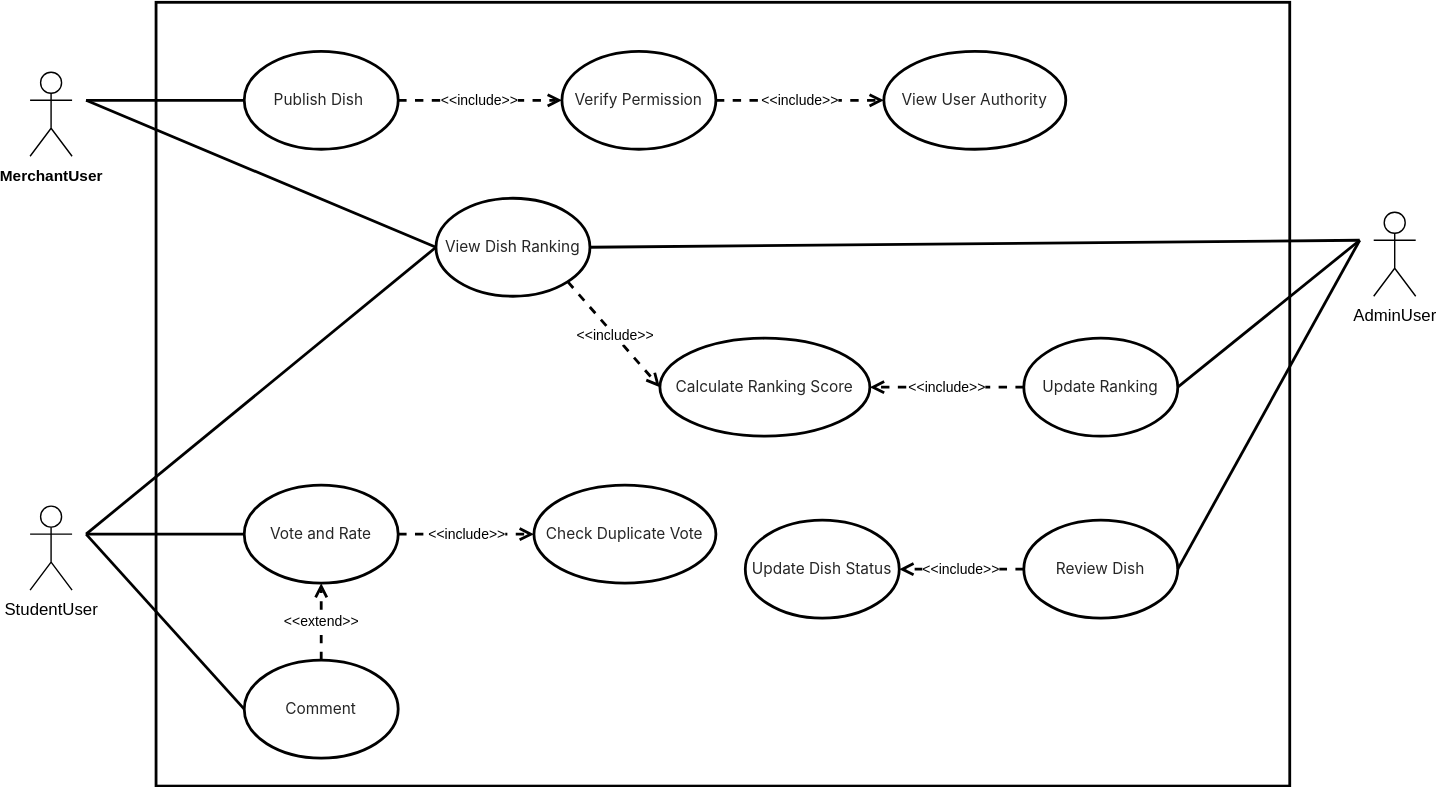
qianlinnian/se_sad_project keeps this draw.io diagram as Assignment2/diagrams/2-UCD.svg. Above is the earlier version. Source tidied: cells renumbered, new cells last; positions are measured from the earlier drawing's top-left corner, leaving out a move shared by most shapes.
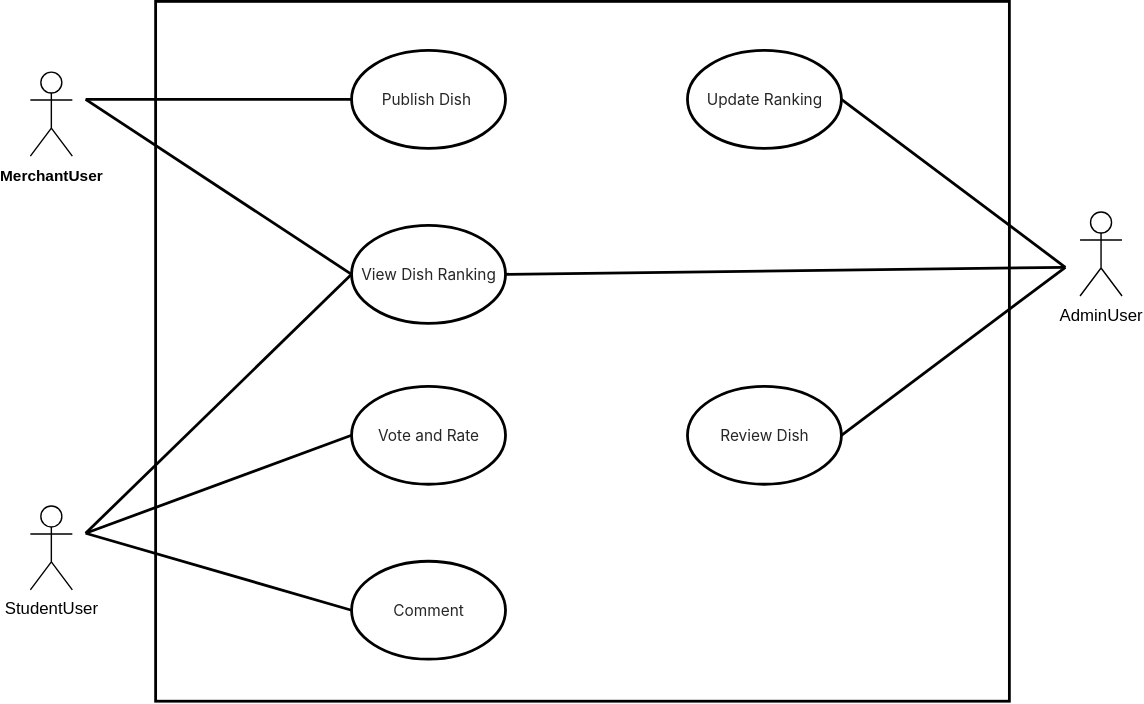
Above is the later version.

What changed in the source:
```diff
@@ -3,110 +3,74 @@
     <mxCell id="0" />
     <mxCell id="1" parent="0" />
     <mxCell id="2" style="shape=rectangle;html=1;rounded=0;whiteSpace=wrap;strokeWidth=2;fontSize=14;fontStyle=1;" parent="1" vertex="1">
-      <mxGeometry x="90" width="810" height="560" as="geometry" />
+      <mxGeometry x="210" width="610" height="500" as="geometry" />
     </mxCell>
     <mxCell id="3" value="&lt;font style=&quot;font-size: 11px;&quot;&gt;&lt;span style=&quot;box-sizing: border-box; --tw-border-spacing-x: 0; --tw-border-spacing-y: 0; --tw-translate-x: 0; --tw-translate-y: 0; --tw-rotate: 0; --tw-skew-x: 0; --tw-skew-y: 0; --tw-scale-x: 1; --tw-scale-y: 1; --tw-scroll-snap-strictness: proximity; --tw-ring-offset-width: 0px; --tw-ring-offset-color: #fff; --tw-ring-color: rgba(59,130,246,.5); --tw-ring-offset-shadow: 0 0 transparent; --tw-ring-shadow: 0 0 transparent; --tw-shadow: 0 0 transparent; --tw-shadow-colored: 0 0 transparent; color: rgb(38, 38, 38); font-family: -apple-system, &amp;quot;system-ui&amp;quot;, &amp;quot;Helvetica Neue&amp;quot;, Tahoma, &amp;quot;PingFang SC&amp;quot;, &amp;quot;Microsoft Yahei&amp;quot;, Arial, &amp;quot;Hiragino Sans GB&amp;quot;, sans-serif, &amp;quot;Apple Color Emoji&amp;quot;, &amp;quot;Segoe UI Emoji&amp;quot;, &amp;quot;Segoe UI Symbol&amp;quot;, &amp;quot;Noto Color Emoji&amp;quot;; text-align: left; background-color: rgb(255, 255, 255);&quot;&gt;Publish Dish&lt;/span&gt;&lt;span style=&quot;color: rgb(38, 38, 38); font-family: -apple-system, &amp;quot;system-ui&amp;quot;, &amp;quot;Helvetica Neue&amp;quot;, Tahoma, &amp;quot;PingFang SC&amp;quot;, &amp;quot;Microsoft Yahei&amp;quot;, Arial, &amp;quot;Hiragino Sans GB&amp;quot;, sans-serif, &amp;quot;Apple Color Emoji&amp;quot;, &amp;quot;Segoe UI Emoji&amp;quot;, &amp;quot;Segoe UI Symbol&amp;quot;, &amp;quot;Noto Color Emoji&amp;quot;; text-align: left; background-color: rgb(255, 255, 255);&quot;&gt;&amp;nbsp;&lt;/span&gt;&lt;/font&gt;" style="ellipse;whiteSpace=wrap;html=1;fontSize=11;fillColor=none;strokeColor=#000000;strokeWidth=2;" parent="1" vertex="1">
-      <mxGeometry x="153" y="35" width="110" height="70" as="geometry" />
+      <mxGeometry x="350" y="35" width="110" height="70" as="geometry" />
     </mxCell>
-    <mxCell id="4" value="&lt;span style=&quot;color: rgb(38, 38, 38); font-family: -apple-system, &amp;quot;system-ui&amp;quot;, &amp;quot;Helvetica Neue&amp;quot;, Tahoma, &amp;quot;PingFang SC&amp;quot;, &amp;quot;Microsoft Yahei&amp;quot;, Arial, &amp;quot;Hiragino Sans GB&amp;quot;, sans-serif, &amp;quot;Apple Color Emoji&amp;quot;, &amp;quot;Segoe UI Emoji&amp;quot;, &amp;quot;Segoe UI Symbol&amp;quot;, &amp;quot;Noto Color Emoji&amp;quot;; text-align: left; background-color: rgb(255, 255, 255);&quot;&gt;&lt;font style=&quot;font-size: 11px;&quot;&gt;Verify Permission&lt;/font&gt;&lt;/span&gt;" style="ellipse;whiteSpace=wrap;html=1;fontSize=11;fillColor=none;strokeColor=#000000;strokeWidth=2;" parent="1" vertex="1">
-      <mxGeometry x="380" y="35" width="110" height="70" as="geometry" />
-    </mxCell>
-    <mxCell id="5" value="&lt;span style=&quot;color: rgb(38, 38, 38); font-family: -apple-system, &amp;quot;system-ui&amp;quot;, &amp;quot;Helvetica Neue&amp;quot;, Tahoma, &amp;quot;PingFang SC&amp;quot;, &amp;quot;Microsoft Yahei&amp;quot;, Arial, &amp;quot;Hiragino Sans GB&amp;quot;, sans-serif, &amp;quot;Apple Color Emoji&amp;quot;, &amp;quot;Segoe UI Emoji&amp;quot;, &amp;quot;Segoe UI Symbol&amp;quot;, &amp;quot;Noto Color Emoji&amp;quot;; text-align: left; background-color: rgb(255, 255, 255);&quot;&gt;&lt;font style=&quot;font-size: 11px;&quot;&gt;Update Dish Status&lt;/font&gt;&lt;/span&gt;" style="ellipse;whiteSpace=wrap;html=1;fontSize=11;fillColor=none;strokeColor=#000000;strokeWidth=2;" parent="1" vertex="1">
-      <mxGeometry x="511" y="370" width="110" height="70" as="geometry" />
-    </mxCell>
     <mxCell id="6" value="&lt;span style=&quot;box-sizing: border-box; --tw-border-spacing-x: 0; --tw-border-spacing-y: 0; --tw-translate-x: 0; --tw-translate-y: 0; --tw-rotate: 0; --tw-skew-x: 0; --tw-skew-y: 0; --tw-scale-x: 1; --tw-scale-y: 1; --tw-scroll-snap-strictness: proximity; --tw-ring-offset-width: 0px; --tw-ring-offset-color: #fff; --tw-ring-color: rgba(59,130,246,.5); --tw-ring-offset-shadow: 0 0 transparent; --tw-ring-shadow: 0 0 transparent; --tw-shadow: 0 0 transparent; --tw-shadow-colored: 0 0 transparent; color: rgb(38, 38, 38); font-family: -apple-system, &amp;quot;system-ui&amp;quot;, &amp;quot;Helvetica Neue&amp;quot;, Tahoma, &amp;quot;PingFang SC&amp;quot;, &amp;quot;Microsoft Yahei&amp;quot;, Arial, &amp;quot;Hiragino Sans GB&amp;quot;, sans-serif, &amp;quot;Apple Color Emoji&amp;quot;, &amp;quot;Segoe UI Emoji&amp;quot;, &amp;quot;Segoe UI Symbol&amp;quot;, &amp;quot;Noto Color Emoji&amp;quot;; text-align: left; background-color: rgb(255, 255, 255);&quot;&gt;&lt;font style=&quot;font-size: 11px;&quot;&gt;Review Dish&lt;/font&gt;&lt;/span&gt;" style="ellipse;whiteSpace=wrap;html=1;fontSize=11;fillColor=none;strokeColor=#000000;strokeWidth=2;" parent="1" vertex="1">
-      <mxGeometry x="710" y="370" width="110" height="70" as="geometry" />
+      <mxGeometry x="590" y="275" width="110" height="70" as="geometry" />
     </mxCell>
     <mxCell id="7" value="&lt;span style=&quot;box-sizing: border-box; --tw-border-spacing-x: 0; --tw-border-spacing-y: 0; --tw-translate-x: 0; --tw-translate-y: 0; --tw-rotate: 0; --tw-skew-x: 0; --tw-skew-y: 0; --tw-scale-x: 1; --tw-scale-y: 1; --tw-scroll-snap-strictness: proximity; --tw-ring-offset-width: 0px; --tw-ring-offset-color: #fff; --tw-ring-color: rgba(59,130,246,.5); --tw-ring-offset-shadow: 0 0 transparent; --tw-ring-shadow: 0 0 transparent; --tw-shadow: 0 0 transparent; --tw-shadow-colored: 0 0 transparent; color: rgb(38, 38, 38); font-family: -apple-system, &amp;quot;system-ui&amp;quot;, &amp;quot;Helvetica Neue&amp;quot;, Tahoma, &amp;quot;PingFang SC&amp;quot;, &amp;quot;Microsoft Yahei&amp;quot;, Arial, &amp;quot;Hiragino Sans GB&amp;quot;, sans-serif, &amp;quot;Apple Color Emoji&amp;quot;, &amp;quot;Segoe UI Emoji&amp;quot;, &amp;quot;Segoe UI Symbol&amp;quot;, &amp;quot;Noto Color Emoji&amp;quot;; text-align: left; background-color: rgb(255, 255, 255);&quot;&gt;&lt;font style=&quot;font-size: 11px;&quot;&gt;View Dish Ranking&lt;/font&gt;&lt;/span&gt;" style="ellipse;whiteSpace=wrap;html=1;fontSize=11;fillColor=none;strokeColor:#82b366;strokeWidth=2;strokeColor=#000000;" parent="1" vertex="1">
-      <mxGeometry x="290" y="140" width="110" height="70" as="geometry" />
+      <mxGeometry x="350" y="160" width="110" height="70" as="geometry" />
     </mxCell>
     <mxCell id="8" value="&lt;span style=&quot;color: rgb(38, 38, 38); font-family: -apple-system, &amp;quot;system-ui&amp;quot;, &amp;quot;Helvetica Neue&amp;quot;, Tahoma, &amp;quot;PingFang SC&amp;quot;, &amp;quot;Microsoft Yahei&amp;quot;, Arial, &amp;quot;Hiragino Sans GB&amp;quot;, sans-serif, &amp;quot;Apple Color Emoji&amp;quot;, &amp;quot;Segoe UI Emoji&amp;quot;, &amp;quot;Segoe UI Symbol&amp;quot;, &amp;quot;Noto Color Emoji&amp;quot;; text-align: left; background-color: rgb(255, 255, 255);&quot;&gt;&lt;font style=&quot;font-size: 11px;&quot;&gt;Update Ranking&lt;/font&gt;&lt;/span&gt;" style="ellipse;whiteSpace=wrap;html=1;fontSize=11;fillColor=none;strokeColor=#000000;strokeWidth=2;" parent="1" vertex="1">
-      <mxGeometry x="710" y="240" width="110" height="70" as="geometry" />
+      <mxGeometry x="590" y="35" width="110" height="70" as="geometry" />
     </mxCell>
-    <mxCell id="9" value="&lt;span style=&quot;box-sizing: border-box; --tw-border-spacing-x: 0; --tw-border-spacing-y: 0; --tw-translate-x: 0; --tw-translate-y: 0; --tw-rotate: 0; --tw-skew-x: 0; --tw-skew-y: 0; --tw-scale-x: 1; --tw-scale-y: 1; --tw-scroll-snap-strictness: proximity; --tw-ring-offset-width: 0px; --tw-ring-offset-color: #fff; --tw-ring-color: rgba(59,130,246,.5); --tw-ring-offset-shadow: 0 0 transparent; --tw-ring-shadow: 0 0 transparent; --tw-shadow: 0 0 transparent; --tw-shadow-colored: 0 0 transparent; color: rgb(38, 38, 38); font-family: -apple-system, &amp;quot;system-ui&amp;quot;, &amp;quot;Helvetica Neue&amp;quot;, Tahoma, &amp;quot;PingFang SC&amp;quot;, &amp;quot;Microsoft Yahei&amp;quot;, Arial, &amp;quot;Hiragino Sans GB&amp;quot;, sans-serif, &amp;quot;Apple Color Emoji&amp;quot;, &amp;quot;Segoe UI Emoji&amp;quot;, &amp;quot;Segoe UI Symbol&amp;quot;, &amp;quot;Noto Color Emoji&amp;quot;; text-align: left; background-color: rgb(255, 255, 255);&quot;&gt;&lt;font style=&quot;font-size: 11px;&quot;&gt;Calculate Ranking Score&lt;/font&gt;&lt;/span&gt;" style="ellipse;whiteSpace=wrap;html=1;fontSize=11;fillColor=none;strokeColor=#000000;strokeWidth=2;" parent="1" vertex="1">
-      <mxGeometry x="450" y="240" width="150" height="70" as="geometry" />
-    </mxCell>
-    <mxCell id="10" value="&lt;span style=&quot;color: rgb(38, 38, 38); font-family: -apple-system, &amp;quot;system-ui&amp;quot;, &amp;quot;Helvetica Neue&amp;quot;, Tahoma, &amp;quot;PingFang SC&amp;quot;, &amp;quot;Microsoft Yahei&amp;quot;, Arial, &amp;quot;Hiragino Sans GB&amp;quot;, sans-serif, &amp;quot;Apple Color Emoji&amp;quot;, &amp;quot;Segoe UI Emoji&amp;quot;, &amp;quot;Segoe UI Symbol&amp;quot;, &amp;quot;Noto Color Emoji&amp;quot;; text-align: left; background-color: rgb(255, 255, 255);&quot;&gt;&lt;font style=&quot;font-size: 11px;&quot;&gt;View User Authority&lt;/font&gt;&lt;/span&gt;" style="ellipse;whiteSpace=wrap;html=1;fontSize=11;fillColor=none;strokeColor=#000000;strokeWidth=2;" parent="1" vertex="1">
-      <mxGeometry x="610" y="35" width="130" height="70" as="geometry" />
-    </mxCell>
     <mxCell id="11" style="endArrow=none;html=1;rounded=0;strokeWidth=2;entryX=0;entryY=0.5;entryDx=0;entryDy=0;" parent="1" edge="1" target="3">
       <mxGeometry relative="1" as="geometry">
-        <mxPoint x="40" y="70" as="sourcePoint" />
+        <mxPoint x="160" y="70" as="sourcePoint" />
       </mxGeometry>
     </mxCell>
     <mxCell id="12" style="endArrow=none;html=1;rounded=0;strokeWidth=2;entryX=0;entryY=0.5;" parent="1" edge="1" target="7">
       <mxGeometry relative="1" as="geometry">
-        <mxPoint x="40" y="70" as="sourcePoint" />
+        <mxPoint x="160" y="70" as="sourcePoint" />
       </mxGeometry>
     </mxCell>
     <mxCell id="13" style="endArrow=none;html=1;rounded=0;strokeWidth=2;entryX=0;entryY=0.5;" parent="1" edge="1" target="20">
       <mxGeometry relative="1" as="geometry">
-        <mxPoint x="40" y="380" as="sourcePoint" />
+        <mxPoint x="160" y="380" as="sourcePoint" />
       </mxGeometry>
     </mxCell>
     <mxCell id="14" style="endArrow=none;html=1;rounded=0;strokeWidth=2;entryX=0;entryY=0.5;" parent="1" edge="1" target="7">
       <mxGeometry relative="1" as="geometry">
-        <mxPoint x="40" y="380" as="sourcePoint" />
+        <mxPoint x="160" y="380" as="sourcePoint" />
       </mxGeometry>
     </mxCell>
     <mxCell id="15" style="endArrow=none;html=1;rounded=0;strokeWidth=2;entryX=1;entryY=0.5;entryDx=0;entryDy=0;" parent="1" edge="1" target="6">
       <mxGeometry relative="1" as="geometry">
-        <mxPoint x="950" y="170" as="sourcePoint" />
+        <mxPoint x="860" y="190" as="sourcePoint" />
       </mxGeometry>
     </mxCell>
     <mxCell id="16" style="endArrow=none;html=1;rounded=0;strokeWidth=2;entryX=1;entryY=0.5;" parent="1" edge="1" target="8">
       <mxGeometry relative="1" as="geometry">
-        <mxPoint x="950" y="170" as="sourcePoint" />
+        <mxPoint x="860" y="190" as="sourcePoint" />
       </mxGeometry>
     </mxCell>
-    <mxCell id="17" value="&amp;lt;&amp;lt;include&amp;gt;&amp;gt;" style="endArrow=open;html=1;rounded=0;dashed=1;dashPattern=3 3;strokeWidth=2;fontSize=10;exitX=1;exitY=0.5;entryX=0;entryY=0.5;" parent="1" edge="1" source="3" target="4">
-      <mxGeometry relative="1" as="geometry" />
-    </mxCell>
-    <mxCell id="18" value="&amp;lt;&amp;lt;include&amp;gt;&amp;gt;" style="endArrow=open;html=1;rounded=0;dashed=1;dashPattern=3 3;strokeWidth=2;fontSize=10;exitX=0;exitY=0.5;entryX=1;entryY=0.5;exitDx=0;exitDy=0;entryDx=0;entryDy=0;" parent="1" edge="1" source="6" target="5">
-      <mxGeometry relative="1" as="geometry" />
-    </mxCell>
-    <mxCell id="19" value="&amp;lt;&amp;lt;include&amp;gt;&amp;gt;" style="endArrow=open;html=1;rounded=0;dashed=1;dashPattern=3 3;strokeWidth=2;fontSize=10;exitX=0;exitY=0.5;entryX=1;entryY=0.5;entryDx=0;entryDy=0;exitDx=0;exitDy=0;" parent="1" edge="1" source="8" target="9">
-      <mxGeometry relative="1" as="geometry" />
-    </mxCell>
     <mxCell id="20" value="&lt;span style=&quot;box-sizing: border-box; --tw-border-spacing-x: 0; --tw-border-spacing-y: 0; --tw-translate-x: 0; --tw-translate-y: 0; --tw-rotate: 0; --tw-skew-x: 0; --tw-skew-y: 0; --tw-scale-x: 1; --tw-scale-y: 1; --tw-scroll-snap-strictness: proximity; --tw-ring-offset-width: 0px; --tw-ring-offset-color: #fff; --tw-ring-color: rgba(59,130,246,.5); --tw-ring-offset-shadow: 0 0 transparent; --tw-ring-shadow: 0 0 transparent; --tw-shadow: 0 0 transparent; --tw-shadow-colored: 0 0 transparent; color: rgb(38, 38, 38); font-family: -apple-system, &amp;quot;system-ui&amp;quot;, &amp;quot;Helvetica Neue&amp;quot;, Tahoma, &amp;quot;PingFang SC&amp;quot;, &amp;quot;Microsoft Yahei&amp;quot;, Arial, &amp;quot;Hiragino Sans GB&amp;quot;, sans-serif, &amp;quot;Apple Color Emoji&amp;quot;, &amp;quot;Segoe UI Emoji&amp;quot;, &amp;quot;Segoe UI Symbol&amp;quot;, &amp;quot;Noto Color Emoji&amp;quot;; text-align: left; background-color: rgb(255, 255, 255);&quot;&gt;&lt;font style=&quot;font-size: 11px;&quot;&gt;Vote and Rate&lt;/font&gt;&lt;/span&gt;" style="ellipse;whiteSpace=wrap;html=1;fontSize=11;fillColor=none;strokeColor:#d79b00;strokeWidth=2;strokeColor=#000000;" parent="1" vertex="1">
-      <mxGeometry x="153" y="345" width="110" height="70" as="geometry" />
+      <mxGeometry x="350" y="275" width="110" height="70" as="geometry" />
     </mxCell>
     <mxCell id="21" value="StudentUser" style="shape=umlActor;verticalLabelPosition=bottom;verticalAlign=top;html=1;" parent="1" vertex="1">
-      <mxGeometry y="360" width="30" height="60" as="geometry" />
+      <mxGeometry x="120" y="360" width="30" height="60" as="geometry" />
     </mxCell>
     <mxCell id="22" value="&lt;span style=&quot;font-size: 11px; font-weight: 700; text-wrap-mode: wrap;&quot;&gt;MerchantUser&lt;/span&gt;" style="shape=umlActor;verticalLabelPosition=bottom;verticalAlign=top;html=1;" parent="1" vertex="1">
-      <mxGeometry y="50" width="30" height="60" as="geometry" />
+      <mxGeometry x="120" y="50" width="30" height="60" as="geometry" />
     </mxCell>
     <mxCell id="23" value="AdminUser" style="shape=umlActor;verticalLabelPosition=bottom;verticalAlign=top;html=1;" parent="1" vertex="1">
-      <mxGeometry x="960" y="150" width="30" height="60" as="geometry" />
+      <mxGeometry x="870" y="150" width="30" height="60" as="geometry" />
     </mxCell>
     <mxCell id="24" style="endArrow=none;html=1;rounded=0;strokeWidth=2;entryX=0;entryY=0.5;" parent="1" edge="1" target="25">
       <mxGeometry relative="1" as="geometry">
-        <mxPoint x="40" y="380" as="sourcePoint" />
+        <mxPoint x="160" y="380" as="sourcePoint" />
       </mxGeometry>
     </mxCell>
     <mxCell id="25" value="&lt;span style=&quot;box-sizing: border-box; --tw-border-spacing-x: 0; --tw-border-spacing-y: 0; --tw-translate-x: 0; --tw-translate-y: 0; --tw-rotate: 0; --tw-skew-x: 0; --tw-skew-y: 0; --tw-scale-x: 1; --tw-scale-y: 1; --tw-scroll-snap-strictness: proximity; --tw-ring-offset-width: 0px; --tw-ring-offset-color: #fff; --tw-ring-color: rgba(59,130,246,.5); --tw-ring-offset-shadow: 0 0 transparent; --tw-ring-shadow: 0 0 transparent; --tw-shadow: 0 0 transparent; --tw-shadow-colored: 0 0 transparent; color: rgb(38, 38, 38); font-family: -apple-system, &amp;quot;system-ui&amp;quot;, &amp;quot;Helvetica Neue&amp;quot;, Tahoma, &amp;quot;PingFang SC&amp;quot;, &amp;quot;Microsoft Yahei&amp;quot;, Arial, &amp;quot;Hiragino Sans GB&amp;quot;, sans-serif, &amp;quot;Apple Color Emoji&amp;quot;, &amp;quot;Segoe UI Emoji&amp;quot;, &amp;quot;Segoe UI Symbol&amp;quot;, &amp;quot;Noto Color Emoji&amp;quot;; text-align: left; background-color: rgb(255, 255, 255);&quot;&gt;&lt;font style=&quot;font-size: 11px;&quot;&gt;Comment&lt;/font&gt;&lt;/span&gt;" style="ellipse;whiteSpace=wrap;html=1;fontSize=11;fillColor=none;strokeColor:#d79b00;strokeWidth=2;strokeColor=#000000;" parent="1" vertex="1">
-      <mxGeometry x="153" y="470" width="110" height="70" as="geometry" />
+      <mxGeometry x="350" y="400" width="110" height="70" as="geometry" />
     </mxCell>
-    <mxCell id="26" value="&amp;lt;&amp;lt;include&amp;gt;&amp;gt;" style="endArrow=open;html=1;rounded=0;dashed=1;dashPattern=3 3;strokeWidth=2;fontSize=10;exitX=1;exitY=0.5;entryX=0;entryY=0.5;exitDx=0;exitDy=0;entryDx=0;entryDy=0;" parent="1" edge="1" source="4" target="10">
-      <mxGeometry relative="1" as="geometry" />
-    </mxCell>
-    <mxCell id="27" value="&lt;span style=&quot;color: rgb(38, 38, 38); font-family: -apple-system, &amp;quot;system-ui&amp;quot;, &amp;quot;Helvetica Neue&amp;quot;, Tahoma, &amp;quot;PingFang SC&amp;quot;, &amp;quot;Microsoft Yahei&amp;quot;, Arial, &amp;quot;Hiragino Sans GB&amp;quot;, sans-serif, &amp;quot;Apple Color Emoji&amp;quot;, &amp;quot;Segoe UI Emoji&amp;quot;, &amp;quot;Segoe UI Symbol&amp;quot;, &amp;quot;Noto Color Emoji&amp;quot;; text-align: left; background-color: rgb(255, 255, 255);&quot;&gt;&lt;font style=&quot;font-size: 11px;&quot;&gt;Check Duplicate Vote&lt;/font&gt;&lt;/span&gt;" style="ellipse;whiteSpace=wrap;html=1;fontSize=11;fillColor=none;strokeColor=#000000;strokeWidth=2;" parent="1" vertex="1">
-      <mxGeometry x="360" y="345" width="130" height="70" as="geometry" />
-    </mxCell>
-    <mxCell id="28" value="&amp;lt;&amp;lt;include&amp;gt;&amp;gt;" style="endArrow=open;html=1;rounded=0;dashed=1;dashPattern=3 3;strokeWidth=2;fontSize=10;exitX=1;exitY=0.5;entryX=0;entryY=0.5;exitDx=0;exitDy=0;entryDx=0;entryDy=0;" parent="1" edge="1" source="20" target="27">
-      <mxGeometry relative="1" as="geometry" />
-    </mxCell>
-    <mxCell id="29" value="&amp;lt;&amp;lt;extend&lt;span style=&quot;background-color: light-dark(#ffffff, var(--ge-dark-color, #121212)); color: light-dark(rgb(0, 0, 0), rgb(255, 255, 255));&quot;&gt;&amp;gt;&amp;gt;&lt;/span&gt;" style="endArrow=open;html=1;rounded=0;dashed=1;dashPattern=3 3;strokeWidth=2;fontSize=10;exitX=0.5;exitY=0;exitDx=0;exitDy=0;entryX=0.5;entryY=1;entryDx=0;entryDy=0;" parent="1" edge="1" source="25" target="20">
-      <mxGeometry x="0.01" relative="1" as="geometry" />
-    </mxCell>
     <mxCell id="30" style="endArrow=none;html=1;rounded=0;strokeWidth=2;exitX=1;exitY=0.5;exitDx=0;exitDy=0;" parent="1" edge="1" source="7">
       <mxGeometry relative="1" as="geometry">
-        <mxPoint x="950" y="170" as="targetPoint" />
+        <mxPoint x="860" y="190" as="targetPoint" />
       </mxGeometry>
     </mxCell>
-    <mxCell id="31" value="&amp;lt;&amp;lt;include&amp;gt;&amp;gt;" style="endArrow=open;html=1;rounded=0;dashed=1;dashPattern=3 3;strokeWidth=2;fontSize=10;exitX=1;exitY=1;entryX=0;entryY=0.5;entryDx=0;entryDy=0;exitDx=0;exitDy=0;" parent="1" edge="1" source="7" target="9">
-      <mxGeometry relative="1" as="geometry" />
-    </mxCell>
   </root>
 </mxGraphModel>
```
